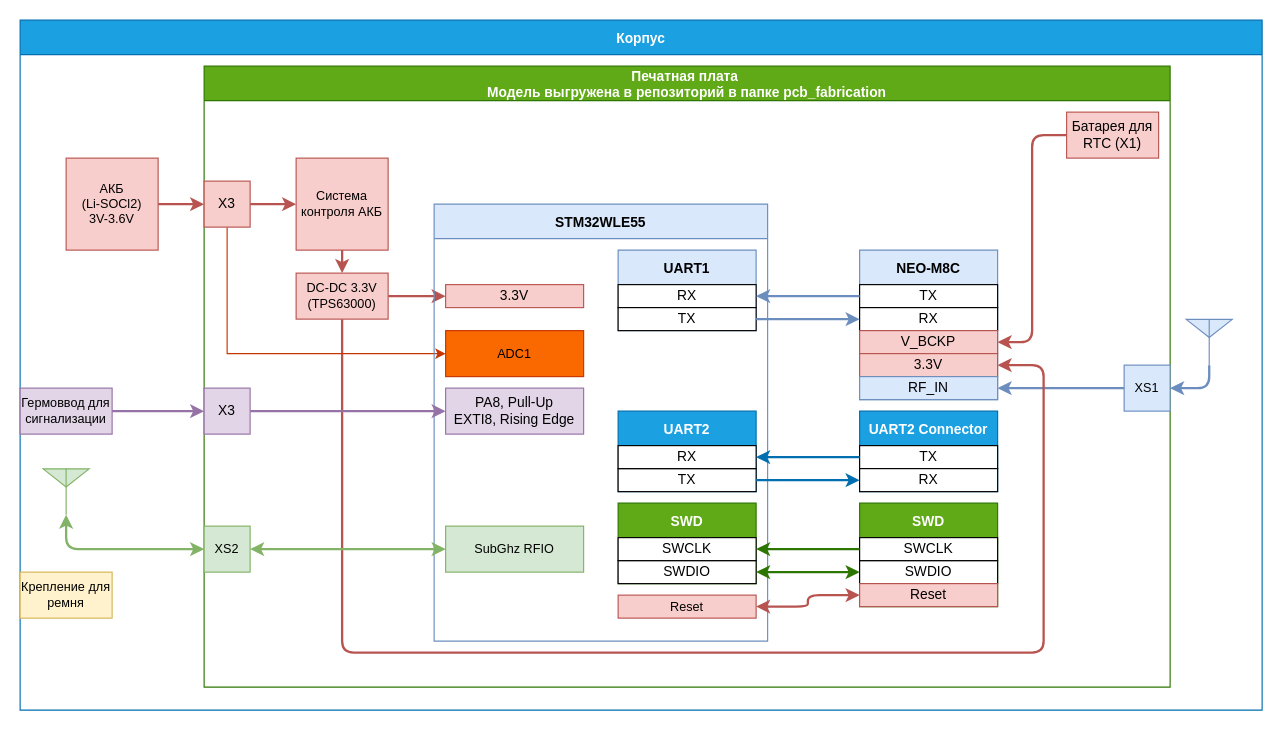
This is doc/Структурная схема Peggy Tracker.drawio from Kvenecusghost/Peggy, a draw.io file, before an edit. Source tidied: cells renumbered, new cells numbered last; positions are measured from the earlier drawing's top-left corner, leaving out a move shared by most shapes. Both pictures are drawn from the tidied source at 115%, with x=0, y=0 at pixel (20, 20).
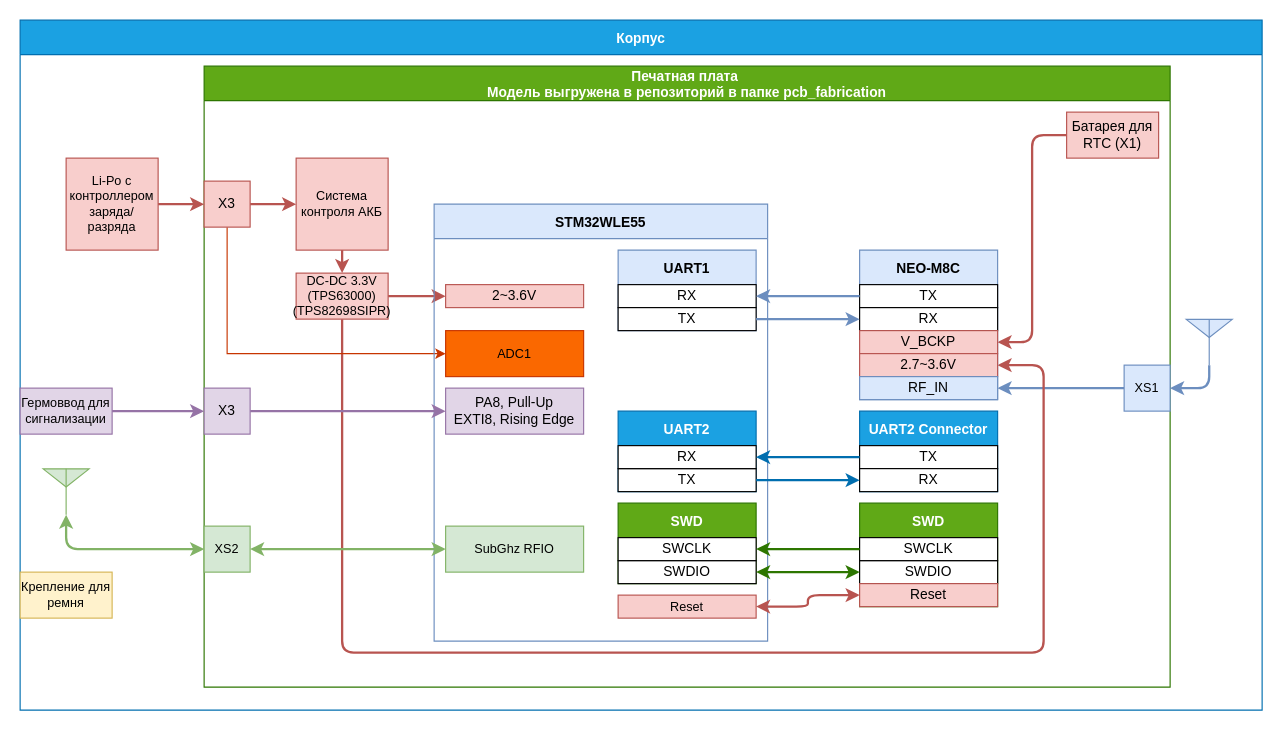
Above is the later version.

Commit message (it also covers changes not shown here):
Изменил систему питания Peggy Tracker

The change refers to these unchanged cells:
```xml
<mxCell id="2" value="Корпус" style="swimlane;startSize=30;fillColor=#1ba1e2;fontColor=#ffffff;strokeColor=#006EAF;" parent="1" vertex="1">
  <mxGeometry width="1080" height="600" as="geometry" />
</mxCell>
<mxCell id="3" value="Печатная плата &#10;Модель выгружена в репозиторий в папке pcb_fabrication" style="swimlane;startSize=30;fillColor=#60a917;fontColor=#ffffff;strokeColor=#2D7600;" parent="2" vertex="1">
  <mxGeometry x="160" y="40" width="840" height="540" as="geometry" />
</mxCell>
<mxCell id="17" value="STM32WLE55" style="swimlane;startSize=30;fillColor=#dae8fc;strokeColor=#6c8ebf;" parent="3" vertex="1">
  <mxGeometry x="200" y="120" width="290" height="380" as="geometry" />
</mxCell>
<mxCell id="32" value="NEO-M8C" style="swimlane;startSize=30;fillColor=#dae8fc;strokeColor=#6c8ebf;" parent="3" vertex="1">
  <mxGeometry x="570" y="160" width="120" height="130" as="geometry" />
</mxCell>
```

Diff of the diagram source:
```diff
@@
-    <mxCell id="8" value="DC-DC 3.3V&lt;br&gt;&lt;div&gt;&lt;span&gt;(TPS63000)&lt;/span&gt;&lt;/div&gt;" style="rounded=0;whiteSpace=wrap;html=1;fontSize=11;fillColor=#f8cecc;strokeColor=#b85450;" parent="3" vertex="1">
+    <mxCell id="8" value="DC-DC 3.3V&lt;br&gt;&lt;div&gt;&lt;span&gt;(TPS63000)&lt;/span&gt;&lt;/div&gt;&lt;div&gt;&lt;span&gt;(TPS82698SIPR)&lt;br&gt;&lt;/span&gt;&lt;/div&gt;" style="rounded=0;whiteSpace=wrap;html=1;fontSize=11;fillColor=#f8cecc;strokeColor=#b85450;" parent="3" vertex="1">
       <mxGeometry x="80" y="180" width="80" height="40" as="geometry" />
     </mxCell>
@@
-    <mxCell id="21" value="3.3V" style="rounded=0;whiteSpace=wrap;html=1;fillColor=#f8cecc;strokeColor=#b85450;" parent="17" vertex="1">
+    <mxCell id="21" value="2~3.6V" style="rounded=0;whiteSpace=wrap;html=1;fillColor=#f8cecc;strokeColor=#b85450;" parent="17" vertex="1">
       <mxGeometry x="10" y="70" width="120" height="20" as="geometry" />
     </mxCell>
@@
-    <mxCell id="36" value="3.3V" style="rounded=0;whiteSpace=wrap;html=1;fillColor=#f8cecc;strokeColor=#b85450;" parent="32" vertex="1">
+    <mxCell id="36" value="2.7~3.6V" style="rounded=0;whiteSpace=wrap;html=1;fillColor=#f8cecc;strokeColor=#b85450;" parent="32" vertex="1">
       <mxGeometry y="90" width="120" height="20" as="geometry" />
     </mxCell>
@@
-    <mxCell id="57" value="АКБ&lt;br&gt;(Li-SOCl2)&lt;br&gt;3V-3.6V" style="rounded=0;whiteSpace=wrap;html=1;fontSize=11;fillColor=#f8cecc;strokeColor=#b85450;" parent="2" vertex="1">
+    <mxCell id="57" value="Li-Po с контроллером заряда/разряда" style="rounded=0;whiteSpace=wrap;html=1;fontSize=11;fillColor=#f8cecc;strokeColor=#b85450;" parent="2" vertex="1">
       <mxGeometry x="40" y="120" width="80" height="80" as="geometry" />
     </mxCell>
```
